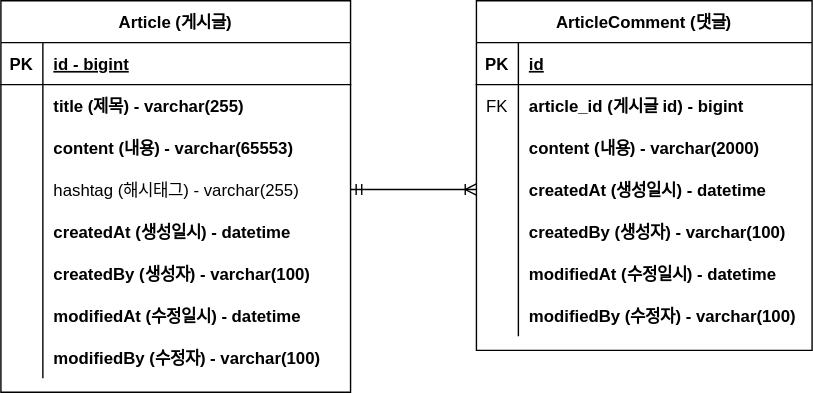
Above: document/project-board-erd.svg in sk-lim19f/project-board (draw.io), before the change. Source tidied: cells renumbered, new cells last; positions are measured from the earlier drawing's top-left corner, leaving out a move shared by most shapes.
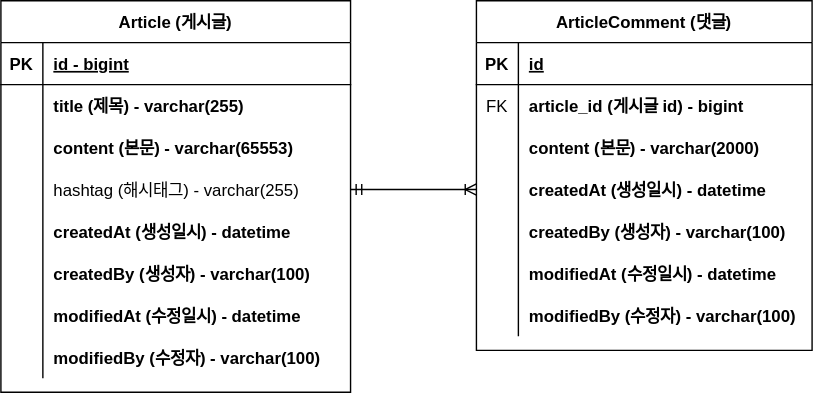
After the change.

Commit message:
#8 - ERD 주석 업데이트 project-board-erd.svg

Change to the diagram source:
```diff
@@ -29,7 +29,7 @@
     <mxCell id="10" style="shape=partialRectangle;overflow=hidden;fillColor=none;top=0;left=0;bottom=0;right=0;" parent="9" vertex="1">
       <mxGeometry width="30" height="30" as="geometry" />
     </mxCell>
-    <mxCell id="11" value="content (내용) - varchar(65553)" style="shape=partialRectangle;overflow=hidden;fillColor=none;top=0;left=0;bottom=0;right=0;align=left;spacingLeft=6;fontStyle=1;" parent="9" vertex="1">
+    <mxCell id="11" value="content (본문) - varchar(65553)" style="shape=partialRectangle;overflow=hidden;fillColor=none;top=0;left=0;bottom=0;right=0;align=left;spacingLeft=6;fontStyle=1;" parent="9" vertex="1">
       <mxGeometry x="30" width="220" height="30" as="geometry" />
     </mxCell>
     <mxCell id="12" style="shape=partialRectangle;fillColor=none;points=[[0,0.5],[1,0.5]];portConstraint=eastwest;top=0;left=0;right=0;bottom=0;" parent="2" vertex="1">
@@ -104,7 +104,7 @@
     <mxCell id="35" style="shape=partialRectangle;overflow=hidden;fillColor=none;top=0;left=0;bottom=0;right=0;" parent="34" vertex="1">
       <mxGeometry width="30" height="30" as="geometry" />
     </mxCell>
-    <mxCell id="36" value="content (내용) - varchar(2000)" style="shape=partialRectangle;overflow=hidden;fillColor=none;top=0;left=0;bottom=0;right=0;align=left;spacingLeft=6;fontStyle=1;" parent="34" vertex="1">
+    <mxCell id="36" value="content (본문) - varchar(2000)" style="shape=partialRectangle;overflow=hidden;fillColor=none;top=0;left=0;bottom=0;right=0;align=left;spacingLeft=6;fontStyle=1;" parent="34" vertex="1">
       <mxGeometry x="30" width="210" height="30" as="geometry" />
     </mxCell>
     <mxCell id="37" style="shape=partialRectangle;fillColor=none;points=[[0,0.5],[1,0.5]];portConstraint=eastwest;top=0;left=0;right=0;bottom=0;" parent="27" vertex="1">
```
